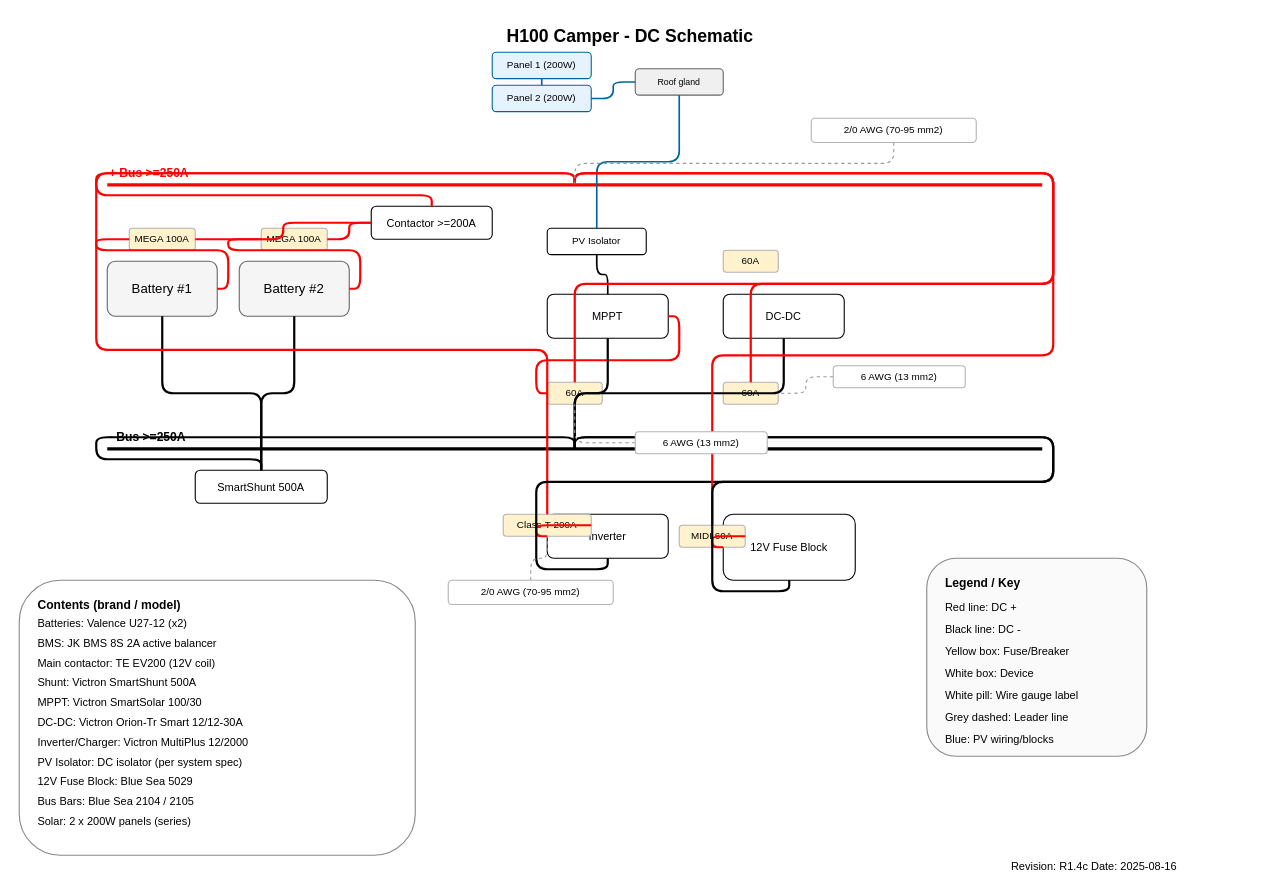
The draw.io diagram diagrams/dc_schematic.drawio in OutOdaBlox/H100-Camper-Build, before the edit. Source tidied: cells renumbered, new cells numbered last; positions are measured from the earlier drawing's top-left corner, leaving out a move shared by most shapes. Both pictures are drawn from the tidied source at 110%, with x=0, y=0 at pixel (-25, -14).
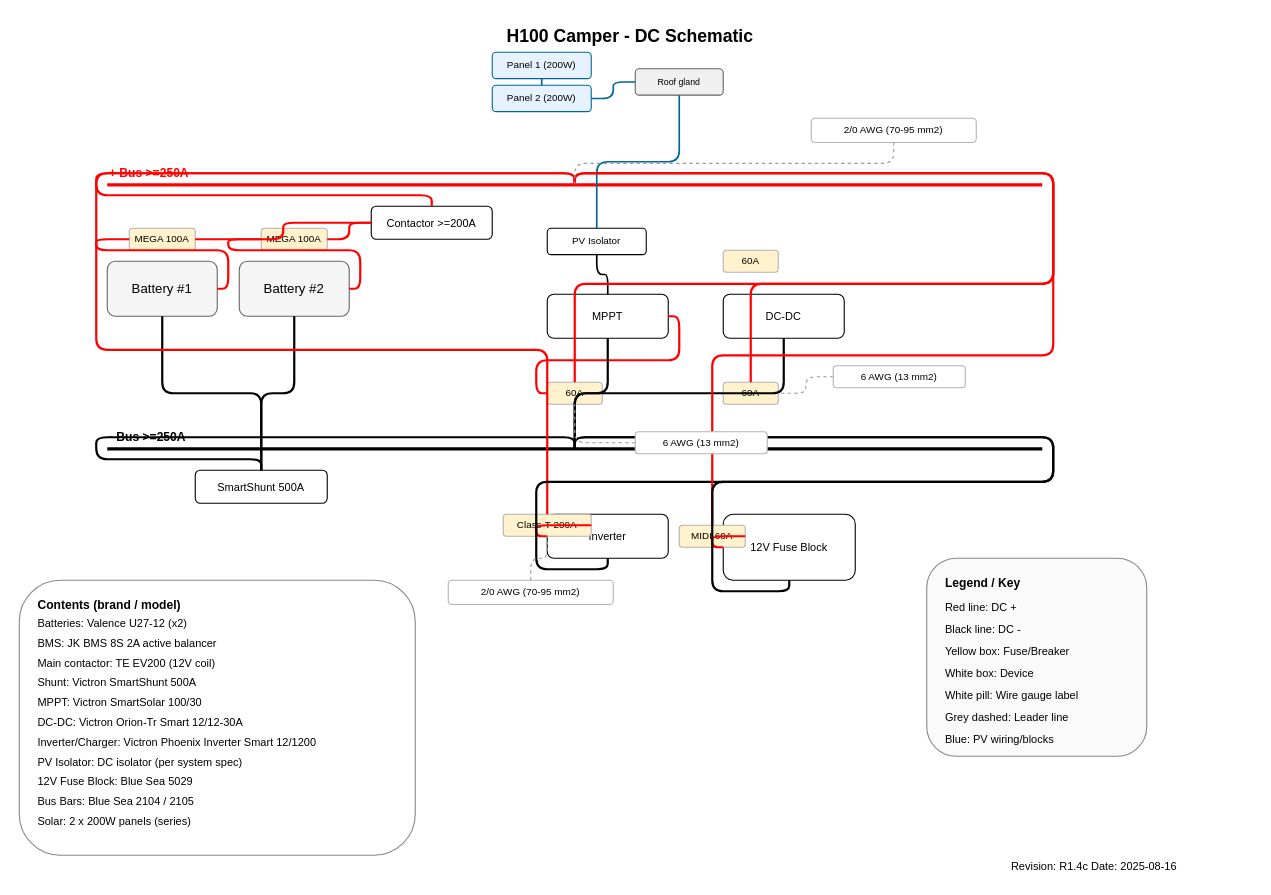
The same diagram, later.

Commit message (it also covers changes not shown here):
chore(h100): update diagram Contents to Phoenix 12/1200 + Class‑T 150A (follow-up)

What changed in the source:
```diff
@@
-    <mxCell id="79" value="Inverter/Charger: Victron MultiPlus 12/2000" style="text;html=1;align=left;verticalAlign=middle;fontSize=10;" parent="5" vertex="1">
+    <mxCell id="79" value="Inverter/Charger: Victron Phoenix Inverter Smart 12/1200" style="text;html=1;align=left;verticalAlign=middle;fontSize=10;" parent="5" vertex="1">
       <mxGeometry x="55" y="678" width="330" height="18" as="geometry" />
     </mxCell>
```
